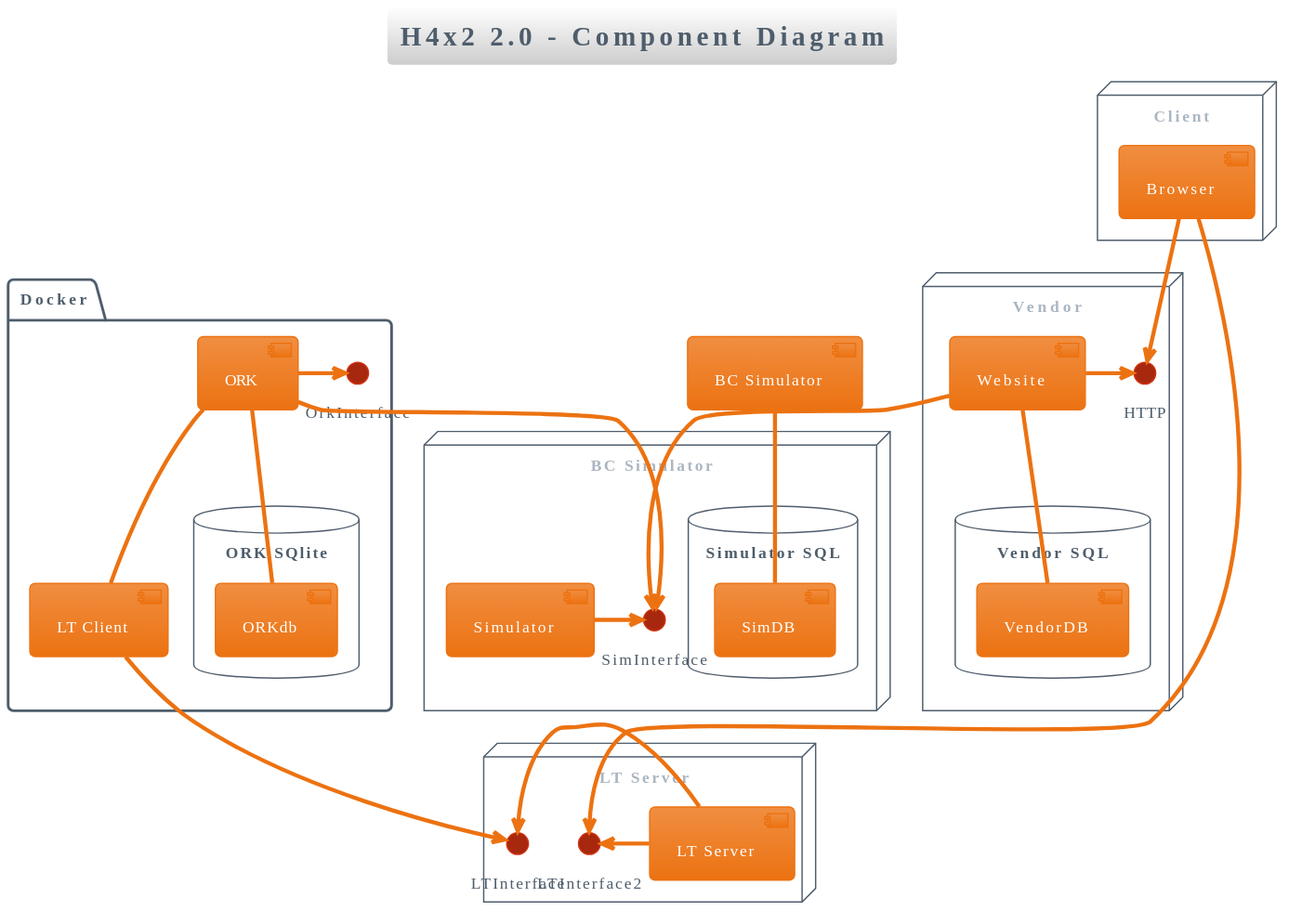
This is diagrams/svg/H4x2_CompDiagram.svg from tide-foundation/Tide-h4x2-2, a PlantUML export, as it was before one commit.
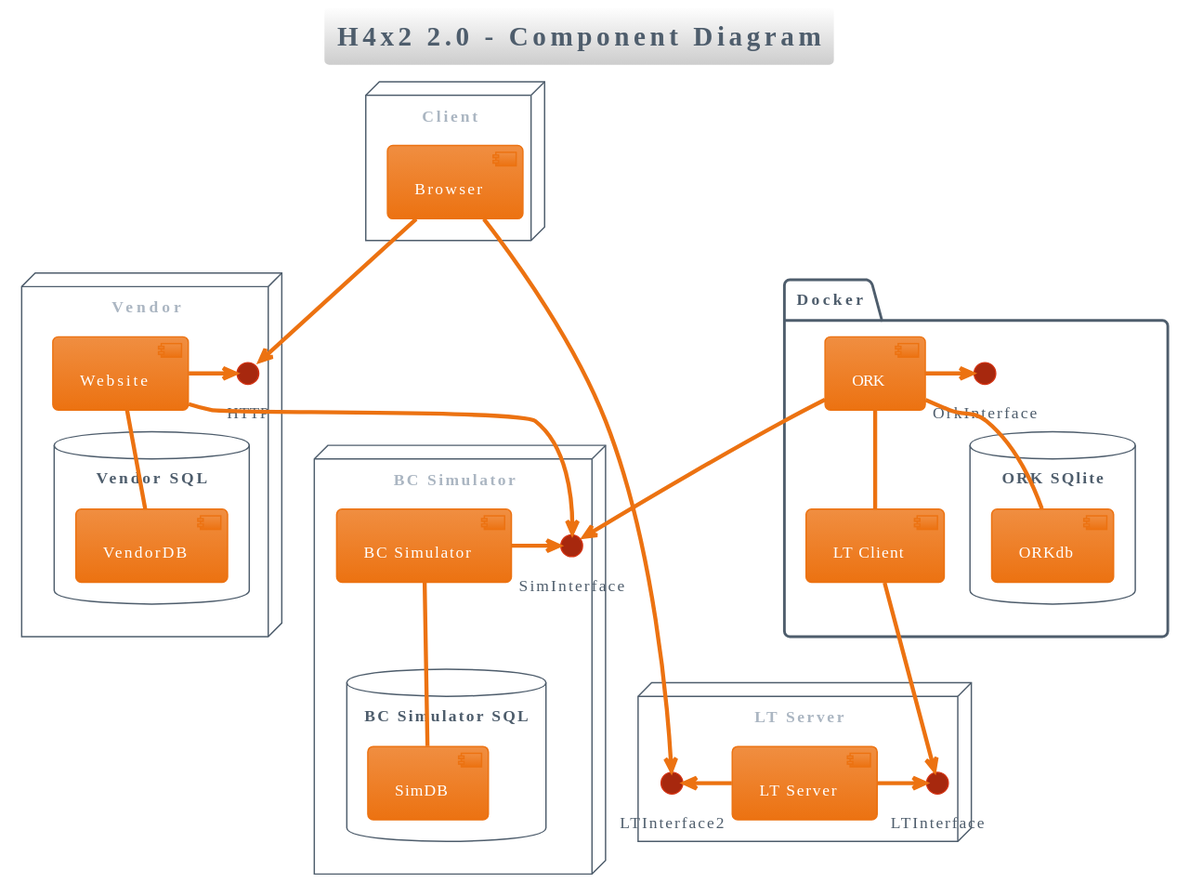
Later version of the same file.

Commit message:
:rocket: Adding Generated PlantUML Diagrams

What changed in the source:
```diff
@@ -16,8 +16,8 @@
 }
 
 node "BC Simulator" {
-    [Simulator] -> SimInterface
-    database "Simulator SQL" {
+    [BC Simulator] -> SimInterface
+    database "BC Simulator SQL" {
         [SimDB]
     }
 }
```
